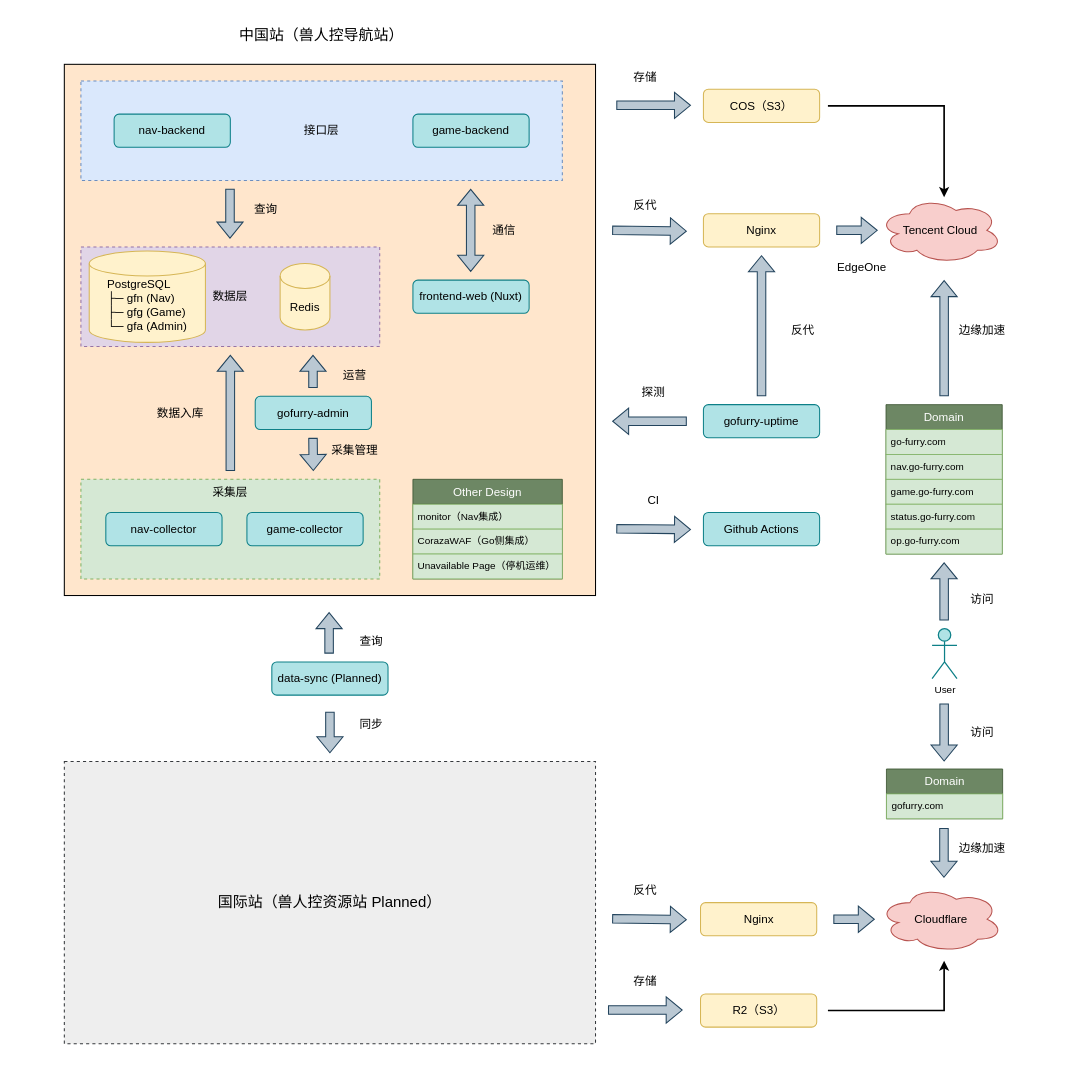
gofurry/gofurry-nav-site keeps this draw.io diagram as docs/diagrams/architecture/system-overview.drawio. Above is the earlier version. Source tidied: cells renumbered, new cells numbered last; positions are measured from the earlier drawing's top-left corner, leaving out a move shared by most shapes. Both pictures are drawn from the tidied source at 83%, with x=0, y=0 at pixel (14, 14).
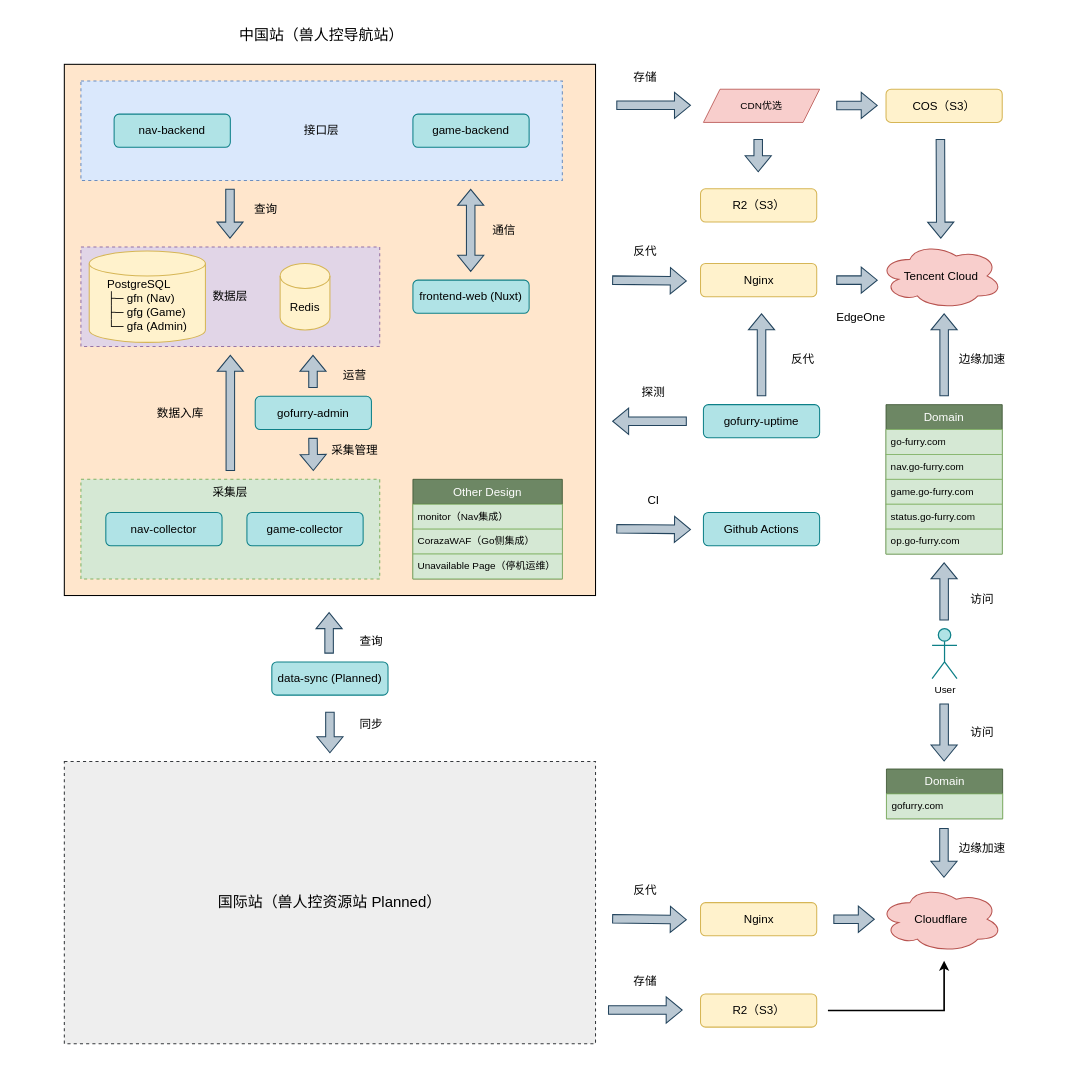
Above is the later version.

Commit message (it also covers changes not shown here):
docs(diagrams): update CDN zone

Diff of the diagram source:
```diff
@@
     <mxCell id="23" value="Nginx" style="rounded=1;whiteSpace=wrap;html=1;fillColor=#fff2cc;strokeColor=#d6b656;strokeWidth=1.25;fontSize=14;" parent="1" vertex="1">
-      <mxGeometry x="830" y="240" width="140" height="40" as="geometry" />
+      <mxGeometry x="826.5" y="300" width="140" height="40" as="geometry" />
     </mxCell>
@@
     <mxCell id="25" style="shape=flexArrow;endArrow=classic;html=1;rounded=0;fillColor=#bac8d3;strokeColor=#23445d;strokeWidth=1.25;" parent="1" edge="1">
       <mxGeometry relative="1" as="geometry">
-        <mxPoint x="720" y="260" as="sourcePoint" />
-        <mxPoint x="810" y="261" as="targetPoint" />
+        <mxPoint x="720" y="320" as="sourcePoint" />
+        <mxPoint x="810" y="321" as="targetPoint" />
       </mxGeometry>
     </mxCell>
     <mxCell id="26" style="shape=flexArrow;endArrow=classic;html=1;rounded=0;fillColor=#bac8d3;strokeColor=#23445d;strokeWidth=1.25;" parent="1" edge="1">
       <mxGeometry relative="1" as="geometry">
         <mxPoint x="900" y="460" as="sourcePoint" />
-        <mxPoint x="900" y="290" as="targetPoint" />
+        <mxPoint x="900" y="360" as="targetPoint" />
       </mxGeometry>
     </mxCell>
     <mxCell id="27" style="shape=flexArrow;endArrow=classic;html=1;rounded=0;fillColor=#bac8d3;strokeColor=#23445d;strokeWidth=1.25;" parent="1" edge="1">
       <mxGeometry relative="1" as="geometry">
-        <mxPoint x="990" y="260" as="sourcePoint" />
-        <mxPoint x="1040" y="260" as="targetPoint" />
+        <mxPoint x="990" y="320" as="sourcePoint" />
+        <mxPoint x="1040" y="320" as="targetPoint" />
       </mxGeometry>
     </mxCell>
     <mxCell id="28" value="Tencent&amp;nbsp;&lt;span style=&quot;background-color: transparent; color: light-dark(rgb(0, 0, 0), rgb(255, 255, 255));&quot;&gt;Cloud&lt;/span&gt;" style="ellipse;shape=cloud;whiteSpace=wrap;html=1;fillColor=#f8cecc;strokeColor=#b85450;strokeWidth=1.25;fontSize=14;" parent="1" vertex="1">
-      <mxGeometry x="1041" y="220" width="149" height="80" as="geometry" />
+      <mxGeometry x="1041.5" y="275" width="149" height="80" as="geometry" />
     </mxCell>
@@
     <mxCell id="36" style="shape=flexArrow;endArrow=classic;html=1;rounded=0;fillColor=#bac8d3;strokeColor=#23445d;strokeWidth=1.25;" parent="1" edge="1">
       <mxGeometry relative="1" as="geometry">
         <mxPoint x="1120" y="460" as="sourcePoint" />
-        <mxPoint x="1120" y="320" as="targetPoint" />
+        <mxPoint x="1120" y="360" as="targetPoint" />
       </mxGeometry>
     </mxCell>
@@
     <mxCell id="54" value="反代" style="text;html=1;whiteSpace=wrap;strokeColor=none;fillColor=none;align=center;verticalAlign=middle;rounded=0;fontSize=14;" parent="1" vertex="1">
-      <mxGeometry x="730" y="215" width="60" height="30" as="geometry" />
+      <mxGeometry x="730" y="270" width="60" height="30" as="geometry" />
     </mxCell>
@@
     <mxCell id="56" value="反代" style="text;html=1;whiteSpace=wrap;strokeColor=none;fillColor=none;align=center;verticalAlign=middle;rounded=0;fontSize=14;" parent="1" vertex="1">
-      <mxGeometry x="920" y="365" width="60" height="30" as="geometry" />
+      <mxGeometry x="920" y="400" width="60" height="30" as="geometry" />
     </mxCell>
     <mxCell id="57" value="边缘加速" style="text;html=1;whiteSpace=wrap;strokeColor=none;fillColor=none;align=center;verticalAlign=middle;rounded=0;fontSize=14;" parent="1" vertex="1">
-      <mxGeometry x="1135.5" y="365" width="60" height="30" as="geometry" />
+      <mxGeometry x="1135.5" y="400" width="60" height="30" as="geometry" />
     </mxCell>
@@
     <mxCell id="68" value="COS（S3）" style="rounded=1;whiteSpace=wrap;html=1;fillColor=#fff2cc;strokeColor=#d6b656;strokeWidth=1.25;fontSize=14;" parent="1" vertex="1">
-      <mxGeometry x="830" y="90" width="140" height="40" as="geometry" />
+      <mxGeometry x="1050" y="90" width="140" height="40" as="geometry" />
     </mxCell>
-    <mxCell id="69" style="endArrow=classic;html=1;rounded=0;fontSize=12;strokeWidth=2;edgeStyle=orthogonalEdgeStyle;" parent="1" edge="1" target="28">
-      <mxGeometry relative="1" as="geometry">
-        <mxPoint x="980" y="110" as="sourcePoint" />
-        <Array as="points">
-          <mxPoint x="1120" y="110" />
-        </Array>
-      </mxGeometry>
-    </mxCell>
     <mxCell id="70" value="&lt;span style=&quot;font-size: 14px;&quot;&gt;EdgeOne&lt;/span&gt;" style="text;html=1;whiteSpace=wrap;strokeColor=none;fillColor=none;align=center;verticalAlign=middle;rounded=0;" parent="1" vertex="1">
-      <mxGeometry x="990.5" y="290" width="60" height="30" as="geometry" />
+      <mxGeometry x="990" y="350" width="60" height="30" as="geometry" />
     </mxCell>
@@
+    <mxCell id="82" value="CDN优选" style="shape=parallelogram;perimeter=parallelogramPerimeter;whiteSpace=wrap;html=1;fixedSize=1;fillColor=#f8cecc;strokeColor=#b85450;" parent="1" vertex="1">
+      <mxGeometry x="830" y="90" width="140" height="40" as="geometry" />
+    </mxCell>
+    <mxCell id="83" style="shape=flexArrow;endArrow=classic;html=1;rounded=0;fillColor=#bac8d3;strokeColor=#23445d;strokeWidth=1.25;" parent="1" edge="1">
+      <mxGeometry relative="1" as="geometry">
+        <mxPoint x="990" y="109.5" as="sourcePoint" />
+        <mxPoint x="1040" y="109.5" as="targetPoint" />
+      </mxGeometry>
+    </mxCell>
+    <mxCell id="84" style="shape=flexArrow;endArrow=classic;html=1;rounded=0;fillColor=#bac8d3;strokeColor=#23445d;strokeWidth=1.25;" parent="1" edge="1">
+      <mxGeometry relative="1" as="geometry">
+        <mxPoint x="896" y="150" as="sourcePoint" />
+        <mxPoint x="896" y="190" as="targetPoint" />
+      </mxGeometry>
+    </mxCell>
+    <mxCell id="85" value="R2（S3）" style="rounded=1;whiteSpace=wrap;html=1;fillColor=#fff2cc;strokeColor=#d6b656;strokeWidth=1.25;fontSize=14;" parent="1" vertex="1">
+      <mxGeometry x="826.5" y="210" width="140" height="40" as="geometry" />
+    </mxCell>
+    <mxCell id="86" style="shape=flexArrow;endArrow=classic;html=1;rounded=0;fillColor=#bac8d3;strokeColor=#23445d;strokeWidth=1.25;" parent="1" edge="1">
+      <mxGeometry relative="1" as="geometry">
+        <mxPoint x="1115.5" y="150" as="sourcePoint" />
+        <mxPoint x="1116" y="270" as="targetPoint" />
+      </mxGeometry>
+    </mxCell>
```
